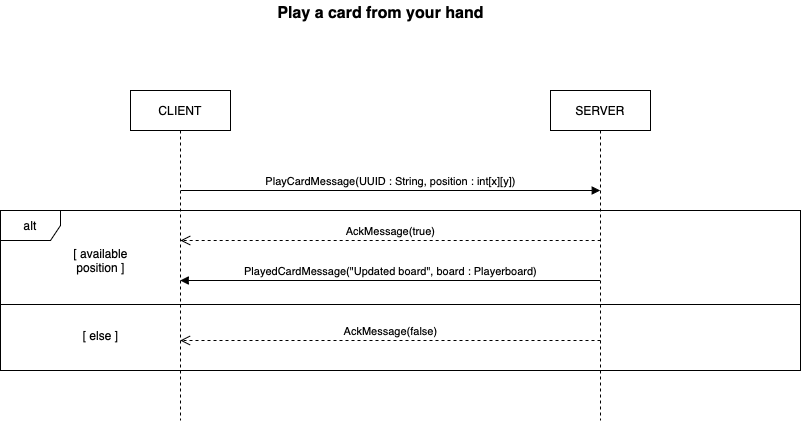
The draw.io diagram deliverables/PlayACard.png in RogerTWS02/ing-sw-2024-Esposito-Falzoni-Frisone-Grassi, before a commit. Source tidied: cells renumbered, new cells last; positions are measured from the earlier drawing's top-left corner, leaving out a move shared by most shapes.
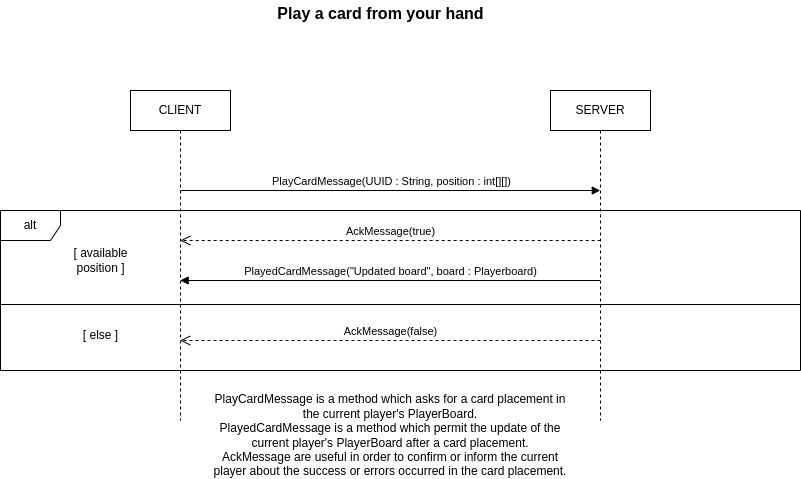
Later version of the same file.

What changed in the source:
```diff
@@ -17,7 +17,7 @@
     <mxCell id="6" style="line;strokeWidth=1;fillColor=none;align=left;verticalAlign=middle;spacingTop=-1;spacingLeft=3;spacingRight=3;labelPosition=right;strokeColor=inherit;" parent="1" vertex="1">
       <mxGeometry y="300" width="800" height="8" as="geometry" />
     </mxCell>
-    <mxCell id="7" value="PlayCardMessage(UUID : String, position : int[x][y])" style="html=1;verticalAlign=bottom;endArrow=block;curved=0;rounded=0;" parent="1" edge="1">
+    <mxCell id="7" value="PlayCardMessage(UUID : String, position : int[][])" style="html=1;verticalAlign=bottom;endArrow=block;curved=0;rounded=0;" parent="1" edge="1">
       <mxGeometry relative="1" as="geometry">
         <mxPoint x="180.2" y="190" as="sourcePoint" />
         <mxPoint x="599.8" y="190" as="targetPoint" />
@@ -47,5 +47,8 @@
         <mxPoint x="179.7" y="280" as="targetPoint" />
       </mxGeometry>
     </mxCell>
+    <mxCell id="13" value="PlayCardMessage is a method which asks for a card placement in the current player's PlayerBoard.&lt;div&gt;PlayedCardMessage is a method which permit the update of the current player's PlayerBoard after a card placement.&lt;/div&gt;&lt;div&gt;AckMessage are useful in order to confirm or inform the current player about the success or errors occurred in the card placement.&lt;/div&gt;" style="text;html=1;align=center;verticalAlign=middle;whiteSpace=wrap;rounded=0;" parent="1" vertex="1">
+      <mxGeometry x="210" y="420" width="360" height="30" as="geometry" />
+    </mxCell>
   </root>
 </mxGraphModel>
```
